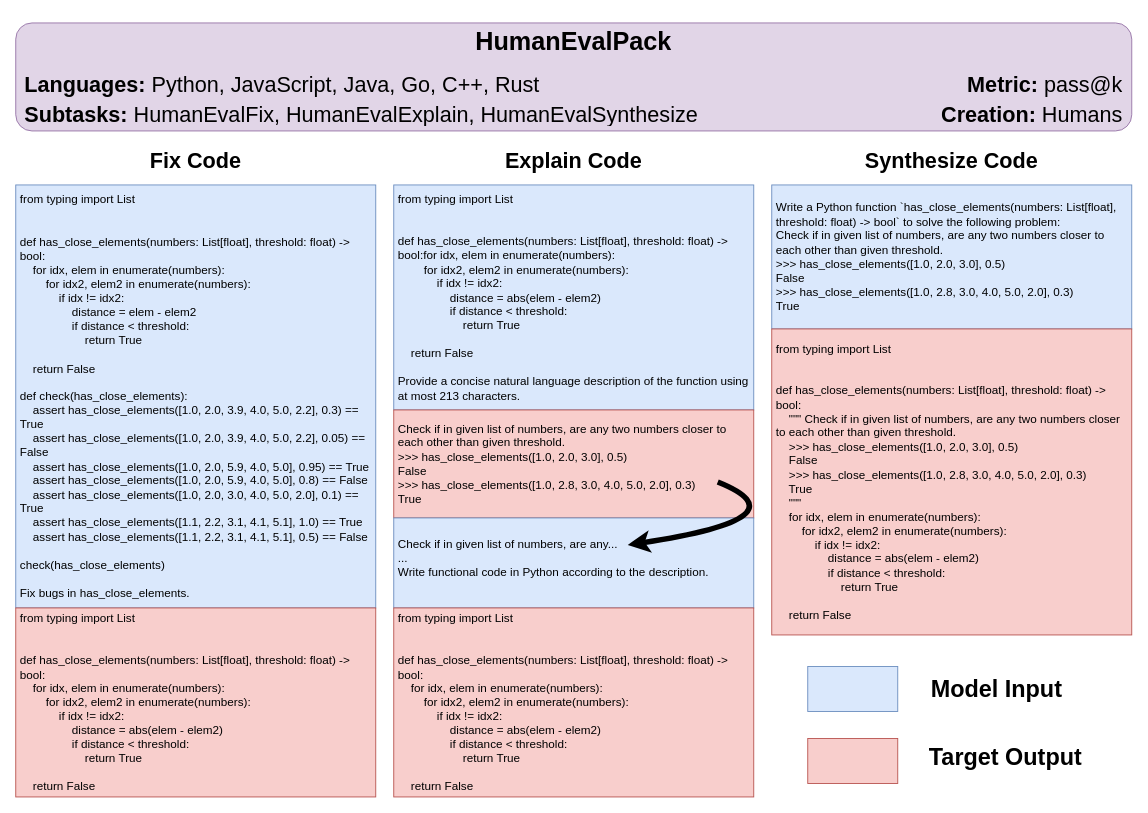
The draw.io diagram page "HumanEvalPack" (3 of 8) of visuals/visuals.drawio in bigcode-project/octopack, before the edit. Source tidied: cells renumbered, new cells numbered last; positions are measured from the earlier drawing's top-left corner, leaving out a move shared by most shapes. Both pictures are drawn from the tidied source at 90%, with x=0, y=0 at pixel (15, 22).
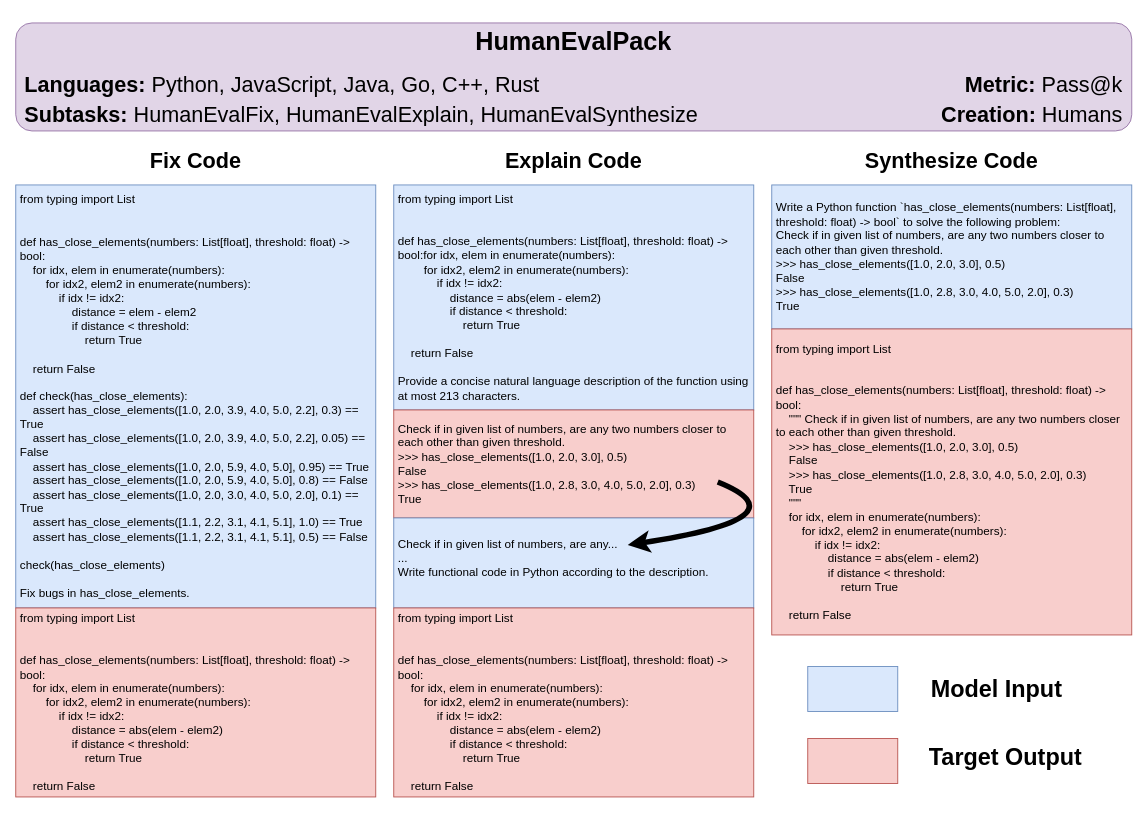
Above is the later version.

Change to the diagram source:
```diff
@@
-    <mxCell id="21" value="&lt;h1 style=&quot;line-height: 70%; font-size: 24px;&quot;&gt;&lt;span style=&quot;background-color: initial; font-size: 24px;&quot;&gt;&lt;font style=&quot;font-size: 24px;&quot;&gt;Metric:&lt;span style=&quot;font-weight: normal; font-size: 24px;&quot;&gt;&amp;nbsp;pass@k&lt;/span&gt;&lt;/font&gt;&lt;/span&gt;&lt;/h1&gt;&lt;h1 style=&quot;line-height: 70%; font-size: 24px;&quot;&gt;Creation:&lt;span style=&quot;font-weight: 400; font-size: 24px;&quot;&gt; Humans&lt;/span&gt;&lt;/h1&gt;" style="text;html=1;strokeColor=none;fillColor=none;spacing=10;spacingTop=-20;whiteSpace=wrap;overflow=hidden;rounded=0;align=right;fontSize=24;" parent="1" vertex="1">
+    <mxCell id="21" value="&lt;h1 style=&quot;line-height: 70%; font-size: 24px;&quot;&gt;&lt;span style=&quot;background-color: initial; font-size: 24px;&quot;&gt;&lt;font style=&quot;font-size: 24px;&quot;&gt;Metric:&lt;span style=&quot;font-weight: normal; font-size: 24px;&quot;&gt;&amp;nbsp;Pass@k&lt;/span&gt;&lt;/font&gt;&lt;/span&gt;&lt;/h1&gt;&lt;h1 style=&quot;line-height: 70%; font-size: 24px;&quot;&gt;Creation:&lt;span style=&quot;font-weight: 400; font-size: 24px;&quot;&gt; Humans&lt;/span&gt;&lt;/h1&gt;" style="text;html=1;strokeColor=none;fillColor=none;spacing=10;spacingTop=-20;whiteSpace=wrap;overflow=hidden;rounded=0;align=right;fontSize=24;" parent="1" vertex="1">
       <mxGeometry y="50" width="1240" height="70" as="geometry" />
     </mxCell>
```
